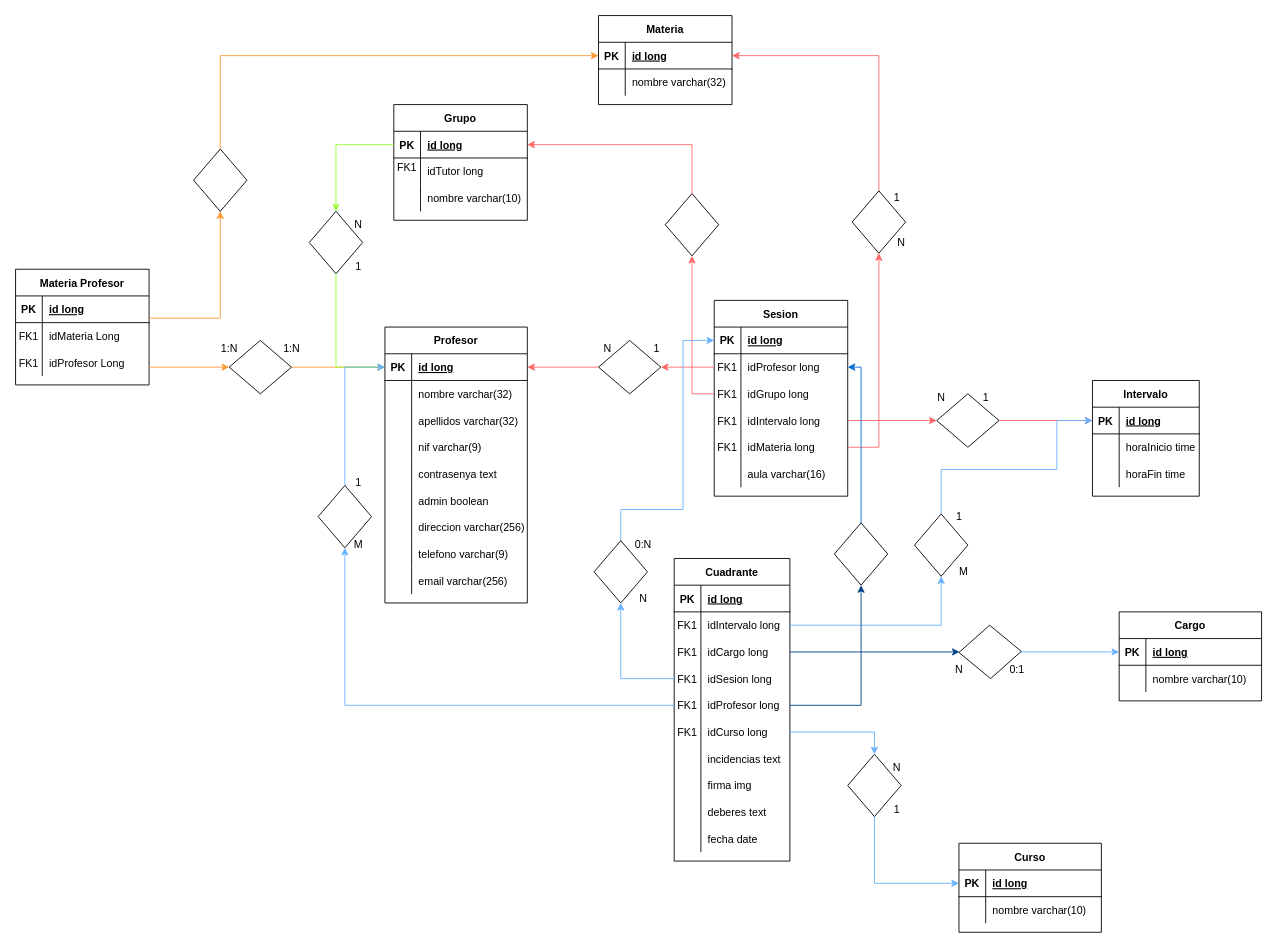
Earlier version of the draw.io diagram bbdd.drawio (daviddoichita/ProyectoDAW-DavidD-Cesar-Carlos). Source tidied: cells renumbered, new cells numbered last; positions are measured from the earlier drawing's top-left corner, leaving out a move shared by most shapes. Both pictures are drawn from the tidied source at 89%, with x=0, y=0 at pixel (15, 15).
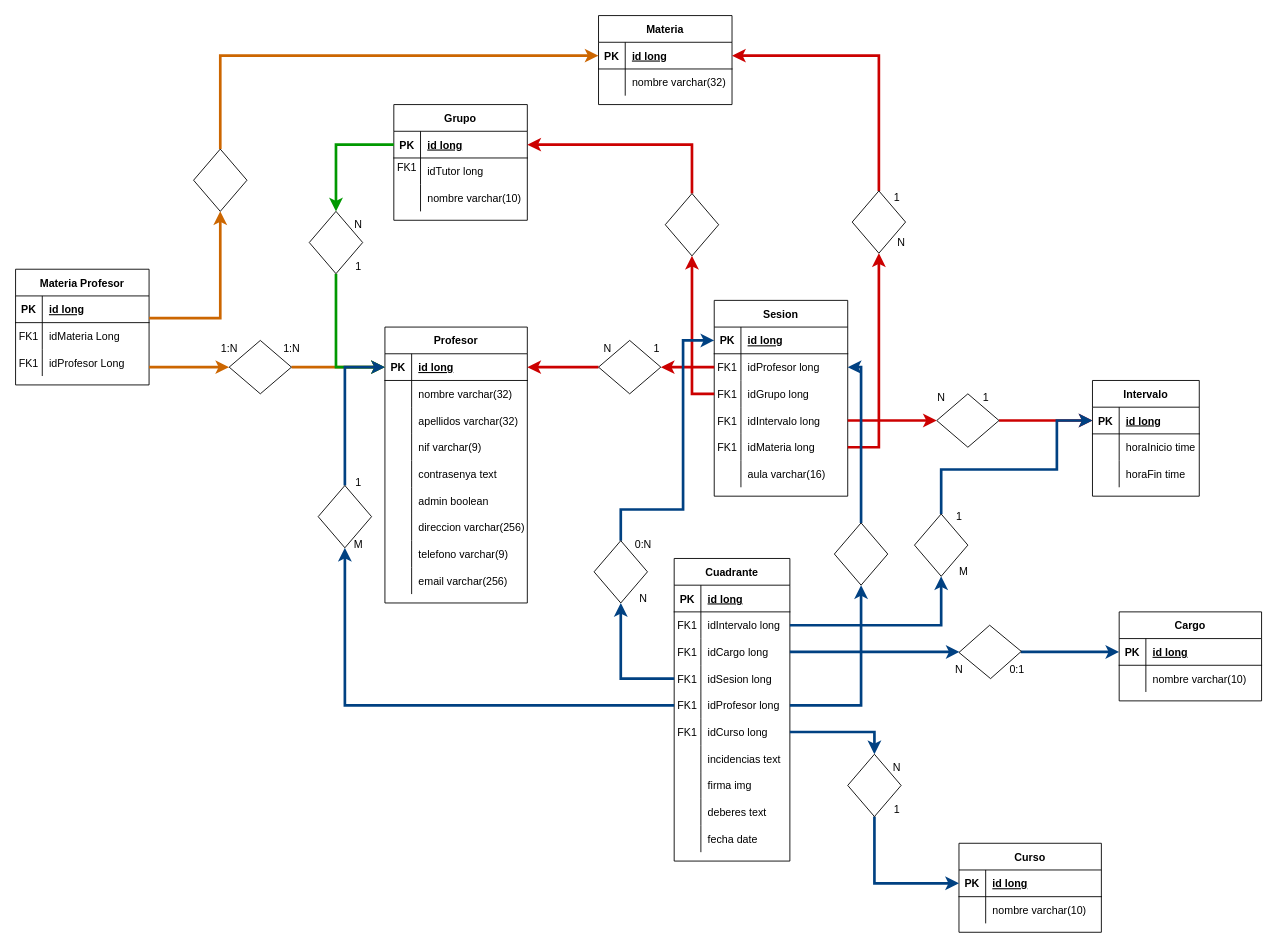
The same page after the edit.

Unchanged cells that the change refers to:
```xml
<mxCell id="3" style="shape=partialRectangle;fillColor=none;points=[[0,0.5],[1,0.5]];portConstraint=eastwest;top=0;left=0;right=0;bottom=1;" parent="2" vertex="1">
<mxCell id="10" style="shape=partialRectangle;fillColor=none;points=[[0,0.5],[1,0.5]];portConstraint=eastwest;top=0;left=0;right=0;bottom=1;" parent="9" vertex="1">
<mxCell id="38" style="shape=partialRectangle;fillColor=none;points=[[0,0.5],[1,0.5]];portConstraint=eastwest;top=0;left=0;right=0;bottom=1;" parent="37" vertex="1">
<mxCell id="41" style="shape=partialRectangle;fillColor=none;points=[[0,0.5],[1,0.5]];portConstraint=eastwest;top=0;left=0;right=0;bottom=0;" parent="37" vertex="1">
<mxCell id="44" style="shape=partialRectangle;fillColor=none;points=[[0,0.5],[1,0.5]];portConstraint=eastwest;top=0;left=0;right=0;bottom=0;" parent="37" vertex="1">
<mxCell id="47" style="shape=partialRectangle;fillColor=none;points=[[0,0.5],[1,0.5]];portConstraint=eastwest;top=0;left=0;right=0;bottom=0;" parent="37" vertex="1">
<mxCell id="50" style="shape=partialRectangle;fillColor=none;points=[[0,0.5],[1,0.5]];portConstraint=eastwest;top=0;left=0;right=0;bottom=0;" parent="37" vertex="1">
<mxCell id="57" style="shape=partialRectangle;fillColor=none;points=[[0,0.5],[1,0.5]];portConstraint=eastwest;top=0;left=0;right=0;bottom=1;" parent="56" vertex="1">
<mxCell id="67" style="shape=partialRectangle;fillColor=none;points=[[0,0.5],[1,0.5]];portConstraint=eastwest;top=0;left=0;right=0;bottom=1;" parent="66" vertex="1">
<mxCell id="80" style="shape=partialRectangle;fillColor=none;points=[[0,0.5],[1,0.5]];portConstraint=eastwest;top=0;left=0;right=0;bottom=0;" parent="76" vertex="1">
<mxCell id="83" style="shape=partialRectangle;fillColor=none;points=[[0,0.5],[1,0.5]];portConstraint=eastwest;top=0;left=0;right=0;bottom=0;" parent="76" vertex="1">
<mxCell id="86" style="shape=partialRectangle;fillColor=none;points=[[0,0.5],[1,0.5]];portConstraint=eastwest;top=0;left=0;right=0;bottom=0;" parent="76" vertex="1">
<mxCell id="89" style="shape=partialRectangle;fillColor=none;points=[[0,0.5],[1,0.5]];portConstraint=eastwest;top=0;left=0;right=0;bottom=0;" parent="76" vertex="1">
<mxCell id="92" style="shape=partialRectangle;fillColor=none;points=[[0,0.5],[1,0.5]];portConstraint=eastwest;top=0;left=0;right=0;bottom=0;" parent="76" vertex="1">
<mxCell id="122" style="shape=partialRectangle;fillColor=none;points=[[0,0.5],[1,0.5]];portConstraint=eastwest;top=0;left=0;right=0;bottom=1;" parent="121" vertex="1">
<mxCell id="131" style="shape=partialRectangle;fillColor=none;points=[[0,0.5],[1,0.5]];portConstraint=eastwest;top=0;left=0;right=0;bottom=1;" parent="130" vertex="1">
<mxCell id="142" style="shape=partialRectangle;fillColor=none;points=[[0,0.5],[1,0.5]];portConstraint=eastwest;top=0;left=0;right=0;bottom=1;" parent="141" vertex="1">
<mxCell id="148" style="shape=partialRectangle;fillColor=none;points=[[0,0.5],[1,0.5]];portConstraint=eastwest;top=0;left=0;right=0;bottom=0;" parent="141" vertex="1">
<mxCell id="153" style="shape=rhombus;perimeter=rhombusPerimeter;whiteSpace=wrap;html=1;align=center;direction=west;fontColor=default;labelBackgroundColor=none;fillStyle=solid;fillColor=default;gradientColor=none;gradientDirection=east;rotation=-180;" parent="1" vertex="1">
<mxCell id="159" style="shape=rhombus;perimeter=rhombusPerimeter;whiteSpace=wrap;html=1;align=center;direction=south;fontColor=default;labelBackgroundColor=none;fillStyle=solid;fillColor=default;gradientColor=none;gradientDirection=east;" parent="1" vertex="1">
<mxCell id="162" style="shape=rhombus;perimeter=rhombusPerimeter;whiteSpace=wrap;html=1;align=center;direction=south;fontColor=default;labelBackgroundColor=none;fillStyle=solid;fillColor=default;gradientColor=none;gradientDirection=east;rotation=0;" parent="1" vertex="1">
<mxCell id="164" style="shape=rhombus;perimeter=rhombusPerimeter;whiteSpace=wrap;html=1;align=center;direction=south;fontColor=default;labelBackgroundColor=none;fillStyle=solid;fillColor=default;gradientColor=none;gradientDirection=east;" parent="1" vertex="1">
<mxCell id="168" style="shape=rhombus;perimeter=rhombusPerimeter;whiteSpace=wrap;html=1;align=center;direction=west;fontColor=default;labelBackgroundColor=none;fillStyle=solid;fillColor=default;gradientColor=none;gradientDirection=east;" parent="1" vertex="1">
<mxCell id="172" style="shape=rhombus;perimeter=rhombusPerimeter;whiteSpace=wrap;html=1;align=center;direction=west;fontColor=default;labelBackgroundColor=none;fillStyle=solid;fillColor=default;gradientColor=none;gradientDirection=east;" parent="1" vertex="1">
<mxCell id="175" style="shape=rhombus;perimeter=rhombusPerimeter;whiteSpace=wrap;html=1;align=center;direction=south;fontColor=default;labelBackgroundColor=none;fillStyle=solid;fillColor=default;gradientColor=none;gradientDirection=east;" parent="1" vertex="1">
<mxCell id="178" style="shape=rhombus;perimeter=rhombusPerimeter;whiteSpace=wrap;html=1;align=center;direction=south;fontColor=default;labelBackgroundColor=none;fillStyle=solid;fillColor=default;gradientColor=none;gradientDirection=east;" parent="1" vertex="1">
<mxCell id="180" style="shape=rhombus;perimeter=rhombusPerimeter;whiteSpace=wrap;html=1;align=center;direction=south;fontColor=default;labelBackgroundColor=none;fillStyle=solid;fillColor=default;gradientColor=none;gradientDirection=east;" parent="1" vertex="1">
<mxCell id="184" style="shape=rhombus;perimeter=rhombusPerimeter;whiteSpace=wrap;html=1;align=center;direction=south;fontColor=default;labelBackgroundColor=none;fillStyle=solid;fillColor=default;gradientColor=none;gradientDirection=east;" parent="1" vertex="1">
<mxCell id="186" style="shape=rhombus;perimeter=rhombusPerimeter;whiteSpace=wrap;html=1;align=center;direction=west;fontColor=default;labelBackgroundColor=none;fillStyle=solid;fillColor=default;gradientColor=none;gradientDirection=east;rotation=-1;" parent="1" vertex="1">
<mxCell id="188" style="shape=rhombus;perimeter=rhombusPerimeter;whiteSpace=wrap;html=1;align=center;direction=south;fontColor=default;labelBackgroundColor=none;fillStyle=solid;fillColor=default;gradientColor=none;gradientDirection=east;" parent="1" vertex="1">
<mxCell id="193" style="shape=rhombus;perimeter=rhombusPerimeter;whiteSpace=wrap;html=1;align=center;direction=south;fontColor=default;labelBackgroundColor=none;fillStyle=solid;fillColor=default;gradientColor=none;gradientDirection=east;" parent="1" vertex="1">
```

Diff of the diagram source:
```diff
@@
-    <mxCell id="151" style="endArrow=classic;html=1;rounded=0;edgeStyle=orthogonalEdgeStyle;strokeColor=#FF9933;" parent="1" edge="1" source="153" target="10">
+    <mxCell id="151" style="endArrow=classic;html=1;rounded=0;edgeStyle=orthogonalEdgeStyle;strokeColor=#CC6600;strokeWidth=3;" parent="1" edge="1" source="153" target="10">
       <mxGeometry relative="1" as="geometry" />
     </mxCell>
-    <mxCell id="152" style="endArrow=classic;html=1;rounded=0;edgeStyle=orthogonalEdgeStyle;strokeColor=#FF9933;" parent="1" edge="1" source="148" target="153">
+    <mxCell id="152" style="endArrow=classic;html=1;rounded=0;edgeStyle=orthogonalEdgeStyle;strokeColor=#CC6600;strokeWidth=3;" parent="1" edge="1" source="148" target="153">
       <mxGeometry relative="1" as="geometry">
         <Array as="points">
           <mxPoint x="170" y="395" />
           <mxPoint x="170" y="395" />
         </Array>
       </mxGeometry>
     </mxCell>
@@
-    <mxCell id="157" style="endArrow=classic;html=1;rounded=0;edgeStyle=orthogonalEdgeStyle;exitX=0;exitY=0.5;exitDx=0;exitDy=0;strokeColor=#FF6666;" parent="1" edge="1" source="159" target="131">
+    <mxCell id="157" style="endArrow=classic;html=1;rounded=0;edgeStyle=orthogonalEdgeStyle;exitX=0;exitY=0.5;exitDx=0;exitDy=0;strokeColor=#CC0000;strokeWidth=3;" parent="1" edge="1" source="159" target="131">
       <mxGeometry relative="1" as="geometry" />
     </mxCell>
-    <mxCell id="158" style="endArrow=classic;html=1;rounded=0;edgeStyle=orthogonalEdgeStyle;strokeColor=#FF6666;" parent="1" edge="1" source="50" target="159">
+    <mxCell id="158" style="endArrow=classic;html=1;rounded=0;edgeStyle=orthogonalEdgeStyle;strokeColor=#CC0000;strokeWidth=3;" parent="1" edge="1" source="50" target="159">
       <mxGeometry relative="1" as="geometry">
         <Array as="points">
           <mxPoint x="970" y="485" />
         </Array>
       </mxGeometry>
     </mxCell>
@@
-    <mxCell id="160" style="endArrow=classic;html=1;rounded=0;edgeStyle=orthogonalEdgeStyle;strokeColor=#FF9933;" parent="1" edge="1" source="162" target="131">
+    <mxCell id="160" style="endArrow=classic;html=1;rounded=0;edgeStyle=orthogonalEdgeStyle;strokeColor=#CC6600;strokeWidth=3;" parent="1" edge="1" source="162" target="131">
       <mxGeometry relative="1" as="geometry">
         <Array as="points">
           <mxPoint x="230" y="45" />
         </Array>
       </mxGeometry>
     </mxCell>
-    <mxCell id="161" style="endArrow=classic;html=1;rounded=0;edgeStyle=orthogonalEdgeStyle;strokeColor=#FF9933;" parent="1" edge="1" source="142" target="162">
+    <mxCell id="161" style="endArrow=classic;html=1;rounded=0;edgeStyle=orthogonalEdgeStyle;strokeColor=#CC6600;strokeWidth=3;" parent="1" edge="1" source="142" target="162">
       <mxGeometry relative="1" as="geometry">
         <Array as="points">
           <mxPoint x="230" y="340" />
         </Array>
       </mxGeometry>
     </mxCell>
@@
-    <mxCell id="163" style="endArrow=classic;html=1;rounded=0;edgeStyle=orthogonalEdgeStyle;strokeColor=#99FF33;" parent="1" edge="1" source="164" target="10">
+    <mxCell id="163" style="endArrow=classic;html=1;rounded=0;edgeStyle=orthogonalEdgeStyle;strokeColor=#009900;strokeWidth=3;" parent="1" edge="1" source="164" target="10">
       <mxGeometry relative="1" as="geometry" />
     </mxCell>
@@
-    <mxCell id="165" style="endArrow=classic;html=1;rounded=0;edgeStyle=orthogonalEdgeStyle;strokeColor=#99FF33;" parent="1" edge="1" source="57" target="164">
+    <mxCell id="165" style="endArrow=classic;html=1;rounded=0;edgeStyle=orthogonalEdgeStyle;strokeColor=#009900;strokeWidth=3;" parent="1" edge="1" source="57" target="164">
       <mxGeometry relative="1" as="geometry" />
     </mxCell>
-    <mxCell id="166" style="endArrow=classic;html=1;rounded=0;edgeStyle=orthogonalEdgeStyle;strokeColor=#FF6666;" parent="1" edge="1" source="168" target="10">
+    <mxCell id="166" style="endArrow=classic;html=1;rounded=0;edgeStyle=orthogonalEdgeStyle;strokeColor=#CC0000;strokeWidth=3;" parent="1" edge="1" source="168" target="10">
       <mxGeometry relative="1" as="geometry" />
     </mxCell>
-    <mxCell id="167" style="endArrow=classic;html=1;rounded=0;edgeStyle=orthogonalEdgeStyle;strokeColor=#FF6666;" parent="1" edge="1" source="41" target="168">
+    <mxCell id="167" style="endArrow=classic;html=1;rounded=0;edgeStyle=orthogonalEdgeStyle;strokeColor=#CC0000;strokeWidth=3;" parent="1" edge="1" source="41" target="168">
       <mxGeometry relative="1" as="geometry" />
     </mxCell>
@@
-    <mxCell id="169" style="endArrow=classic;html=1;rounded=0;edgeStyle=orthogonalEdgeStyle;strokeColor=#FF6666;" parent="1" edge="1" source="188" target="57">
+    <mxCell id="169" style="endArrow=classic;html=1;rounded=0;edgeStyle=orthogonalEdgeStyle;strokeColor=#CC0000;strokeWidth=3;" parent="1" edge="1" source="188" target="57">
       <mxGeometry relative="1" as="geometry" />
     </mxCell>
-    <mxCell id="170" style="endArrow=classic;html=1;rounded=0;edgeStyle=orthogonalEdgeStyle;strokeColor=#FF6666;" parent="1" edge="1" source="172" target="67">
+    <mxCell id="170" style="endArrow=classic;html=1;rounded=0;edgeStyle=orthogonalEdgeStyle;strokeColor=#CC0000;strokeWidth=3;" parent="1" edge="1" source="172" target="67">
       <mxGeometry relative="1" as="geometry" />
     </mxCell>
-    <mxCell id="171" style="endArrow=classic;html=1;rounded=0;edgeStyle=orthogonalEdgeStyle;strokeColor=#FF6666;" parent="1" edge="1" source="47" target="172">
+    <mxCell id="171" style="endArrow=classic;html=1;rounded=0;edgeStyle=orthogonalEdgeStyle;strokeColor=#CC0000;strokeWidth=3;" parent="1" edge="1" source="47" target="172">
       <mxGeometry relative="1" as="geometry" />
     </mxCell>
@@
-    <mxCell id="173" style="endArrow=classic;html=1;rounded=0;edgeStyle=orthogonalEdgeStyle;strokeColor=#66B2FF;" parent="1" edge="1" source="175" target="122">
+    <mxCell id="173" style="endArrow=classic;html=1;rounded=0;edgeStyle=orthogonalEdgeStyle;strokeColor=#004182;strokeWidth=3;" parent="1" edge="1" source="175" target="122">
       <mxGeometry relative="1" as="geometry" />
     </mxCell>
-    <mxCell id="174" style="endArrow=classic;html=1;rounded=0;edgeStyle=orthogonalEdgeStyle;strokeColor=#66B2FF;" parent="1" edge="1" source="92" target="175">
+    <mxCell id="174" style="endArrow=classic;html=1;rounded=0;edgeStyle=orthogonalEdgeStyle;strokeColor=#004182;strokeWidth=3;" parent="1" edge="1" source="92" target="175">
       <mxGeometry relative="1" as="geometry" />
     </mxCell>
@@
-    <mxCell id="176" style="endArrow=classic;html=1;rounded=0;edgeStyle=orthogonalEdgeStyle;strokeColor=#66B2FF;" parent="1" edge="1" source="178" target="67">
+    <mxCell id="176" style="endArrow=classic;html=1;rounded=0;edgeStyle=orthogonalEdgeStyle;strokeColor=#004182;strokeWidth=3;" parent="1" edge="1" source="178" target="67">
       <mxGeometry relative="1" as="geometry">
         <Array as="points">
           <mxPoint x="1040" y="510" />
           <mxPoint x="1170" y="510" />
           <mxPoint x="1170" y="455" />
         </Array>
       </mxGeometry>
     </mxCell>
-    <mxCell id="177" style="endArrow=classic;html=1;rounded=0;edgeStyle=orthogonalEdgeStyle;strokeColor=#66B2FF;" parent="1" edge="1" source="80" target="178">
+    <mxCell id="177" style="endArrow=classic;html=1;rounded=0;edgeStyle=orthogonalEdgeStyle;strokeColor=#004182;strokeWidth=3;" parent="1" edge="1" source="80" target="178">
       <mxGeometry relative="1" as="geometry" />
     </mxCell>
@@
-    <mxCell id="179" style="endArrow=classic;html=1;rounded=0;edgeStyle=orthogonalEdgeStyle;strokeColor=#004182;" parent="1" edge="1" source="89" target="180">
+    <mxCell id="179" style="endArrow=classic;html=1;rounded=0;edgeStyle=orthogonalEdgeStyle;strokeColor=#004182;strokeWidth=3;" parent="1" edge="1" source="89" target="180">
       <mxGeometry relative="1" as="geometry">
         <Array as="points">
           <mxPoint x="950" y="775" />
         </Array>
       </mxGeometry>
     </mxCell>
@@
-    <mxCell id="181" style="endArrow=classic;html=1;rounded=0;edgeStyle=orthogonalEdgeStyle;strokeColor=#0066CC;" parent="1" edge="1" source="180" target="41">
+    <mxCell id="181" style="endArrow=classic;html=1;rounded=0;edgeStyle=orthogonalEdgeStyle;strokeColor=#004182;strokeWidth=3;" parent="1" edge="1" source="180" target="41">
       <mxGeometry relative="1" as="geometry" />
     </mxCell>
-    <mxCell id="182" style="endArrow=classic;html=1;rounded=0;edgeStyle=orthogonalEdgeStyle;strokeColor=#66B2FF;" parent="1" edge="1" source="184" target="10">
+    <mxCell id="182" style="endArrow=classic;html=1;rounded=0;edgeStyle=orthogonalEdgeStyle;strokeColor=#004182;strokeWidth=3;" parent="1" edge="1" source="184" target="10">
       <mxGeometry relative="1" as="geometry" />
     </mxCell>
-    <mxCell id="183" style="endArrow=classic;html=1;rounded=0;edgeStyle=orthogonalEdgeStyle;strokeColor=#66B2FF;" parent="1" edge="1" source="89" target="184">
+    <mxCell id="183" style="endArrow=classic;html=1;rounded=0;edgeStyle=orthogonalEdgeStyle;strokeColor=#004182;strokeWidth=3;" parent="1" edge="1" source="89" target="184">
       <mxGeometry relative="1" as="geometry" />
     </mxCell>
@@
-    <mxCell id="185" style="endArrow=classic;html=1;rounded=0;edgeStyle=orthogonalEdgeStyle;strokeColor=#66B2FF;" parent="1" edge="1" source="186" target="3">
+    <mxCell id="185" style="endArrow=classic;html=1;rounded=0;edgeStyle=orthogonalEdgeStyle;strokeColor=#004182;strokeWidth=3;" parent="1" edge="1" source="186" target="3">
       <mxGeometry relative="1" as="geometry" />
     </mxCell>
@@
-    <mxCell id="187" style="endArrow=classic;html=1;rounded=0;edgeStyle=orthogonalEdgeStyle;strokeColor=#FF6666;" parent="1" edge="1" source="44" target="188">
+    <mxCell id="187" style="endArrow=classic;html=1;rounded=0;edgeStyle=orthogonalEdgeStyle;strokeColor=#CC0000;strokeWidth=3;" parent="1" edge="1" source="44" target="188">
       <mxGeometry relative="1" as="geometry">
         <Array as="points">
           <mxPoint x="760" y="425" />
         </Array>
       </mxGeometry>
     </mxCell>
@@
-    <mxCell id="190" style="endArrow=classic;html=1;rounded=0;strokeColor=#004182;" parent="1" edge="1" source="83" target="186">
+    <mxCell id="190" style="endArrow=classic;html=1;rounded=0;strokeColor=#004182;strokeWidth=3;" parent="1" edge="1" source="83" target="186">
       <mxGeometry relative="1" as="geometry" />
     </mxCell>
-    <mxCell id="191" style="endArrow=classic;html=1;rounded=0;edgeStyle=orthogonalEdgeStyle;strokeColor=#66B2FF;" parent="1" edge="1" source="193" target="38">
+    <mxCell id="191" style="endArrow=classic;html=1;rounded=0;edgeStyle=orthogonalEdgeStyle;strokeColor=#004182;strokeWidth=3;" parent="1" edge="1" source="193" target="38">
       <mxGeometry relative="1" as="geometry">
         <Array as="points">
           <mxPoint x="680" y="555" />
           <mxPoint x="750" y="555" />
           <mxPoint x="750" y="365" />
         </Array>
       </mxGeometry>
     </mxCell>
-    <mxCell id="192" style="endArrow=classic;html=1;rounded=0;edgeStyle=orthogonalEdgeStyle;strokeColor=#66B2FF;" parent="1" edge="1" source="86" target="193">
+    <mxCell id="192" style="endArrow=classic;html=1;rounded=0;edgeStyle=orthogonalEdgeStyle;strokeColor=#004182;strokeWidth=3;" parent="1" edge="1" source="86" target="193">
       <mxGeometry relative="1" as="geometry">
         <Array as="points">
           <mxPoint x="680" y="745" />
         </Array>
       </mxGeometry>
     </mxCell>
```
